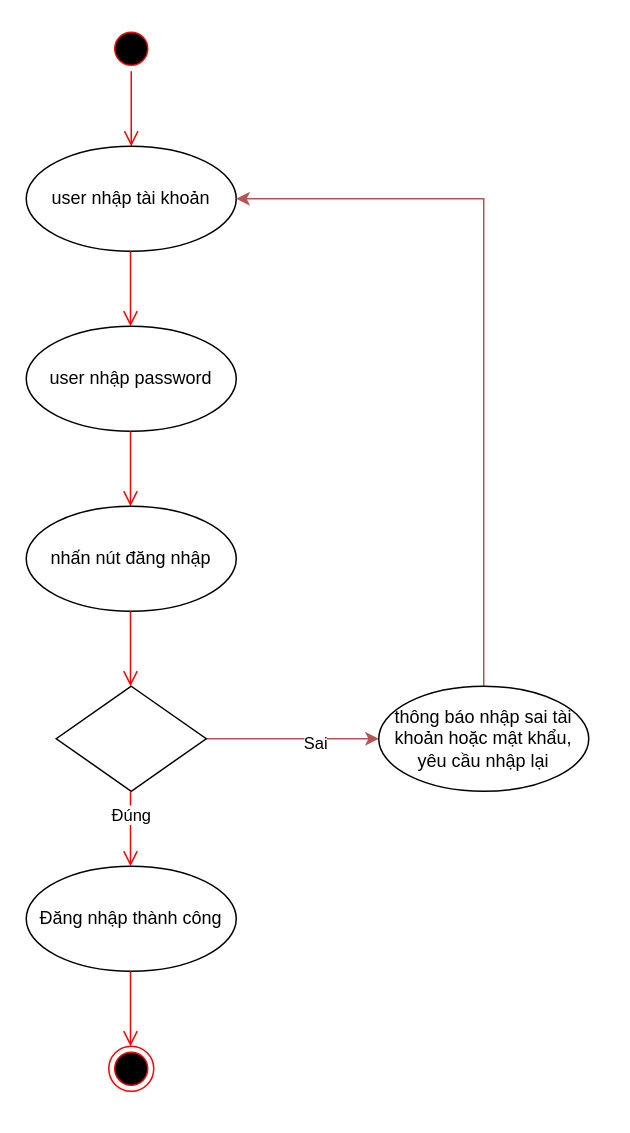
This is ACTIVITY/Activity Đăng Nhập.drawio from AlexTien202/congnghephanmem, a draw.io file, before an edit. Source tidied: cells renumbered, new cells numbered last; positions are measured from the earlier drawing's top-left corner, leaving out a move shared by most shapes. Both pictures are drawn from the tidied source at 150%, with x=0, y=0 at pixel (26, 26).
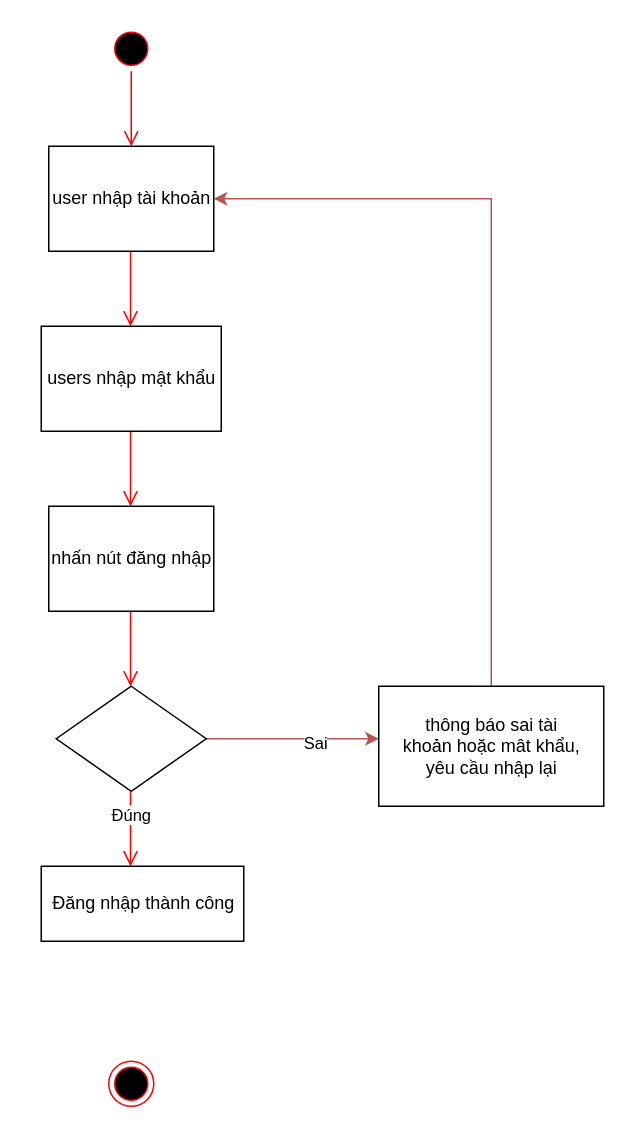
Above is the later version.

Unchanged cells that the change refers to:
```xml
<mxCell id="12" style="rhombus;" parent="1" vertex="1">
  <mxGeometry x="20" y="440" width="100" height="70" as="geometry" />
</mxCell>
```

What changed in the source:
```diff
@@
-    <mxCell id="4" value="user nhập tài khoản" style="ellipse;whiteSpace=wrap;html=1;" parent="1" vertex="1">
-      <mxGeometry y="80" width="140" height="70" as="geometry" />
-    </mxCell>
@@
-    <mxCell id="6" value="user nhập password" style="ellipse;whiteSpace=wrap;html=1;" parent="1" vertex="1">
-      <mxGeometry y="200" width="140" height="70" as="geometry" />
-    </mxCell>
@@
-    <mxCell id="8" value="nhấn nút đăng nhập" style="ellipse;whiteSpace=wrap;html=1;" parent="1" vertex="1">
-      <mxGeometry y="320" width="140" height="70" as="geometry" />
-    </mxCell>
@@
-    <mxCell id="10" style="edgeStyle=orthogonalEdgeStyle;rounded=0;jettySize=auto;html=1;fillColor=#f8cecc;strokeColor=#b85450;" parent="1" edge="1" source="12" target="16">
-      <mxGeometry relative="1" as="geometry" />
+    <mxCell id="10" style="edgeStyle=orthogonalEdgeStyle;rounded=0;jettySize=auto;html=1;fillColor=#f8cecc;strokeColor=#b85450;" parent="1" edge="1" source="12">
+      <mxGeometry relative="1" as="geometry">
+        <mxPoint x="235" y="475" as="targetPoint" />
+      </mxGeometry>
     </mxCell>
@@
-    <mxCell id="13" value="Đăng nhập thành công" style="ellipse;whiteSpace=wrap;html=1;" parent="1" vertex="1">
-      <mxGeometry y="560" width="140" height="70" as="geometry" />
-    </mxCell>
@@
-    <mxCell id="15" style="edgeStyle=orthogonalEdgeStyle;rounded=0;jettySize=auto;html=1;exitX=0.5;exitY=0;exitDx=0;exitDy=0;entryX=1;entryY=0.5;entryDx=0;entryDy=0;fillColor=#f8cecc;strokeColor=#b85450;" parent="1" edge="1" source="16" target="4">
+    <mxCell id="15" style="edgeStyle=orthogonalEdgeStyle;rounded=0;jettySize=auto;html=1;exitX=0.5;exitY=0;exitDx=0;exitDy=0;entryX=1;entryY=0.5;entryDx=0;entryDy=0;fillColor=#f8cecc;strokeColor=#b85450;" parent="1" edge="1" source="20" target="4">
       <mxGeometry relative="1" as="geometry" />
     </mxCell>
-    <mxCell id="16" value="thông báo nhập sai tài khoản hoặc mật khẩu, yêu cầu nhập lại" style="ellipse;whiteSpace=wrap;html=1;" parent="1" vertex="1">
-      <mxGeometry x="235" y="440" width="140" height="70" as="geometry" />
-    </mxCell>
     <mxCell id="17" style="ellipse;html=1;shape=endState;fillColor=#000000;strokeColor=#ff0000;" parent="1" vertex="1">
-      <mxGeometry x="55" y="680" width="30" height="30" as="geometry" />
+      <mxGeometry x="55" y="690" width="30" height="30" as="geometry" />
     </mxCell>
-    <mxCell id="18" style="edgeStyle=orthogonalEdgeStyle;html=1;verticalAlign=bottom;endArrow=open;endSize=8;strokeColor=#ff0000;" parent="1" edge="1">
-      <mxGeometry relative="1" as="geometry">
-        <mxPoint x="69.5" y="630" as="sourcePoint" />
-        <mxPoint x="69.5" y="680" as="targetPoint" />
-      </mxGeometry>
-    </mxCell>
+    <mxCell id="4" value="user nhập tài khoản" style="html=1;" parent="1" vertex="1">
+      <mxGeometry x="15" y="80" width="110" height="70" as="geometry" />
+    </mxCell>
+    <mxCell id="19" value="users nhập mật khẩu" style="html=1;" parent="1" vertex="1">
+      <mxGeometry x="10" y="200" width="120" height="70" as="geometry" />
+    </mxCell>
+    <mxCell id="8" value="&lt;span&gt;nhấn nút đăng nhập&lt;/span&gt;" style="html=1;" parent="1" vertex="1">
+      <mxGeometry x="15" y="320" width="110" height="70" as="geometry" />
+    </mxCell>
+    <mxCell id="20" value="thông báo sai tài&lt;br&gt;khoản hoặc mât khẩu,&lt;br&gt;yêu cầu nhập lại" style="html=1;" parent="1" vertex="1">
+      <mxGeometry x="235" y="440" width="150" height="80" as="geometry" />
+    </mxCell>
+    <mxCell id="13" value="&lt;span&gt;Đăng nhập thành công&lt;/span&gt;" style="html=1;" parent="1" vertex="1">
+      <mxGeometry x="10" y="560" width="135" height="50" as="geometry" />
+    </mxCell>
```
